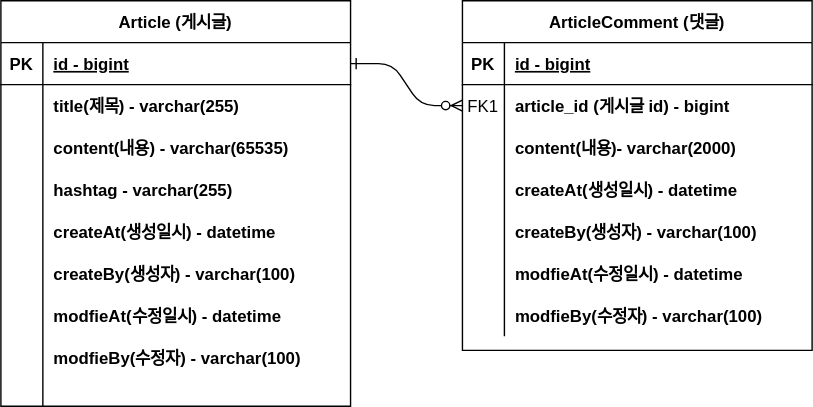
The draw.io diagram document/project-board-erd.svg in shinyeongyu/fastcampus-project, before a commit. Source tidied: cells renumbered, new cells last; positions are measured from the earlier drawing's top-left corner, leaving out a move shared by most shapes.
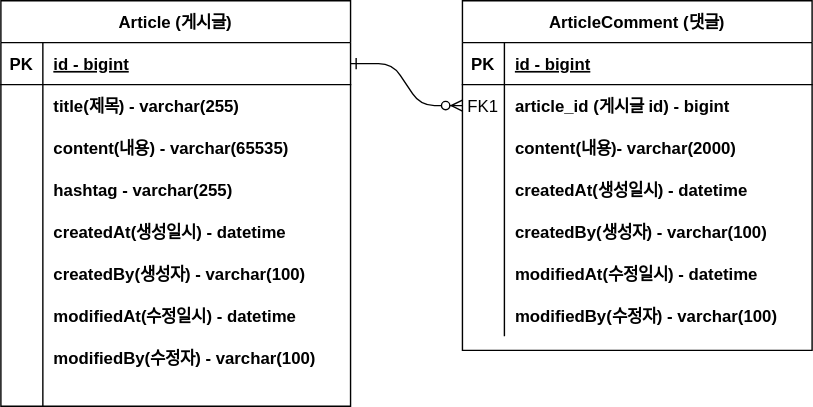
After the commit.

Commit message:
#9 - ERD 그림완성.svg 업데이트

What changed in the source:
```diff
@@ -41,7 +41,7 @@
     <mxCell id="14" style="shape=partialRectangle;overflow=hidden;fillColor=none;top=0;left=0;bottom=0;right=0;" parent="13" vertex="1">
       <mxGeometry width="30" height="30" as="geometry" />
     </mxCell>
-    <mxCell id="15" value="createAt(생성일시) - datetime" style="shape=partialRectangle;overflow=hidden;fillColor=none;top=0;left=0;bottom=0;right=0;align=left;spacingLeft=6;fontStyle=1;" parent="13" vertex="1">
+    <mxCell id="15" value="createdAt(생성일시) - datetime" style="shape=partialRectangle;overflow=hidden;fillColor=none;top=0;left=0;bottom=0;right=0;align=left;spacingLeft=6;fontStyle=1;" parent="13" vertex="1">
       <mxGeometry x="30" width="220" height="30" as="geometry" />
     </mxCell>
     <mxCell id="16" style="shape=partialRectangle;fillColor=none;top=0;left=0;right=0;bottom=0;" parent="3" vertex="1">
@@ -50,7 +50,7 @@
     <mxCell id="17" style="shape=partialRectangle;overflow=hidden;fillColor=none;top=0;left=0;bottom=0;right=0;" parent="16" vertex="1">
       <mxGeometry width="30" height="30" as="geometry" />
     </mxCell>
-    <mxCell id="18" value="createBy(생성자) - varchar(100)" style="shape=partialRectangle;overflow=hidden;fillColor=none;top=0;left=0;bottom=0;right=0;align=left;spacingLeft=6;fontStyle=1;" parent="16" vertex="1">
+    <mxCell id="18" value="createdBy(생성자) - varchar(100)" style="shape=partialRectangle;overflow=hidden;fillColor=none;top=0;left=0;bottom=0;right=0;align=left;spacingLeft=6;fontStyle=1;" parent="16" vertex="1">
       <mxGeometry x="30" width="220" height="30" as="geometry" />
     </mxCell>
     <mxCell id="19" style="shape=partialRectangle;fillColor=none;top=0;left=0;right=0;bottom=0;" parent="3" vertex="1">
@@ -59,7 +59,7 @@
     <mxCell id="20" style="shape=partialRectangle;overflow=hidden;fillColor=none;top=0;left=0;bottom=0;right=0;" parent="19" vertex="1">
       <mxGeometry width="30" height="30" as="geometry" />
     </mxCell>
-    <mxCell id="21" value="modfieAt(수정일시) - datetime" style="shape=partialRectangle;overflow=hidden;fillColor=none;top=0;left=0;bottom=0;right=0;align=left;spacingLeft=6;fontStyle=1;" parent="19" vertex="1">
+    <mxCell id="21" value="modifiedAt(수정일시) - datetime" style="shape=partialRectangle;overflow=hidden;fillColor=none;top=0;left=0;bottom=0;right=0;align=left;spacingLeft=6;fontStyle=1;" parent="19" vertex="1">
       <mxGeometry x="30" width="220" height="30" as="geometry" />
     </mxCell>
     <mxCell id="22" style="shape=partialRectangle;fillColor=none;top=0;left=0;right=0;bottom=0;" parent="3" vertex="1">
@@ -68,7 +68,7 @@
     <mxCell id="23" style="shape=partialRectangle;overflow=hidden;fillColor=none;top=0;left=0;bottom=0;right=0;" parent="22" vertex="1">
       <mxGeometry width="30" height="30" as="geometry" />
     </mxCell>
-    <mxCell id="24" value="modfieBy(수정자) - varchar(100)" style="shape=partialRectangle;overflow=hidden;fillColor=none;top=0;left=0;bottom=0;right=0;align=left;spacingLeft=6;fontStyle=1;" parent="22" vertex="1">
+    <mxCell id="24" value="modifiedBy(수정자) - varchar(100)" style="shape=partialRectangle;overflow=hidden;fillColor=none;top=0;left=0;bottom=0;right=0;align=left;spacingLeft=6;fontStyle=1;" parent="22" vertex="1">
       <mxGeometry x="30" width="220" height="30" as="geometry" />
     </mxCell>
     <mxCell id="25" value="Article (게시글)" style="shape=table;startSize=30;rowLines=0;fontStyle=1;align=center;" parent="1" vertex="1">
@@ -116,7 +116,7 @@
     <mxCell id="39" style="shape=partialRectangle;overflow=hidden;fillColor=none;top=0;left=0;bottom=0;right=0;" parent="38" vertex="1">
       <mxGeometry width="30" height="30" as="geometry" />
     </mxCell>
-    <mxCell id="40" value="createAt(생성일시) - datetime" style="shape=partialRectangle;overflow=hidden;fillColor=none;top=0;left=0;bottom=0;right=0;align=left;spacingLeft=6;fontStyle=1;" parent="38" vertex="1">
+    <mxCell id="40" value="createdAt(생성일시) - datetime" style="shape=partialRectangle;overflow=hidden;fillColor=none;top=0;left=0;bottom=0;right=0;align=left;spacingLeft=6;fontStyle=1;" parent="38" vertex="1">
       <mxGeometry x="30" width="220" height="30" as="geometry" />
     </mxCell>
     <mxCell id="41" style="shape=partialRectangle;fillColor=none;top=0;left=0;right=0;bottom=0;" parent="25" vertex="1">
@@ -125,7 +125,7 @@
     <mxCell id="42" style="shape=partialRectangle;overflow=hidden;fillColor=none;top=0;left=0;bottom=0;right=0;" parent="41" vertex="1">
       <mxGeometry width="30" height="30" as="geometry" />
     </mxCell>
-    <mxCell id="43" value="createBy(생성자) - varchar(100)" style="shape=partialRectangle;overflow=hidden;fillColor=none;top=0;left=0;bottom=0;right=0;align=left;spacingLeft=6;fontStyle=1;" parent="41" vertex="1">
+    <mxCell id="43" value="createdBy(생성자) - varchar(100)" style="shape=partialRectangle;overflow=hidden;fillColor=none;top=0;left=0;bottom=0;right=0;align=left;spacingLeft=6;fontStyle=1;" parent="41" vertex="1">
       <mxGeometry x="30" width="220" height="30" as="geometry" />
     </mxCell>
     <mxCell id="44" style="shape=partialRectangle;fillColor=none;top=0;left=0;right=0;bottom=0;" parent="25" vertex="1">
@@ -134,7 +134,7 @@
     <mxCell id="45" style="shape=partialRectangle;overflow=hidden;fillColor=none;top=0;left=0;bottom=0;right=0;" parent="44" vertex="1">
       <mxGeometry width="30" height="30" as="geometry" />
     </mxCell>
-    <mxCell id="46" value="modfieAt(수정일시) - datetime" style="shape=partialRectangle;overflow=hidden;fillColor=none;top=0;left=0;bottom=0;right=0;align=left;spacingLeft=6;fontStyle=1;" parent="44" vertex="1">
+    <mxCell id="46" value="modifiedAt(수정일시) - datetime" style="shape=partialRectangle;overflow=hidden;fillColor=none;top=0;left=0;bottom=0;right=0;align=left;spacingLeft=6;fontStyle=1;" parent="44" vertex="1">
       <mxGeometry x="30" width="220" height="30" as="geometry" />
     </mxCell>
     <mxCell id="47" style="shape=partialRectangle;fillColor=none;top=0;left=0;right=0;bottom=0;" parent="25" vertex="1">
@@ -143,7 +143,7 @@
     <mxCell id="48" style="shape=partialRectangle;overflow=hidden;fillColor=none;top=0;left=0;bottom=0;right=0;" parent="47" vertex="1">
       <mxGeometry width="30" height="30" as="geometry" />
     </mxCell>
-    <mxCell id="49" value="modfieBy(수정자) - varchar(100)" style="shape=partialRectangle;overflow=hidden;fillColor=none;top=0;left=0;bottom=0;right=0;align=left;spacingLeft=6;fontStyle=1;" parent="47" vertex="1">
+    <mxCell id="49" value="modifiedBy(수정자) - varchar(100)" style="shape=partialRectangle;overflow=hidden;fillColor=none;top=0;left=0;bottom=0;right=0;align=left;spacingLeft=6;fontStyle=1;" parent="47" vertex="1">
       <mxGeometry x="30" width="220" height="30" as="geometry" />
     </mxCell>
     <mxCell id="50" style="shape=partialRectangle;fillColor=none;top=0;left=0;right=0;bottom=0;" parent="25" vertex="1">
```
